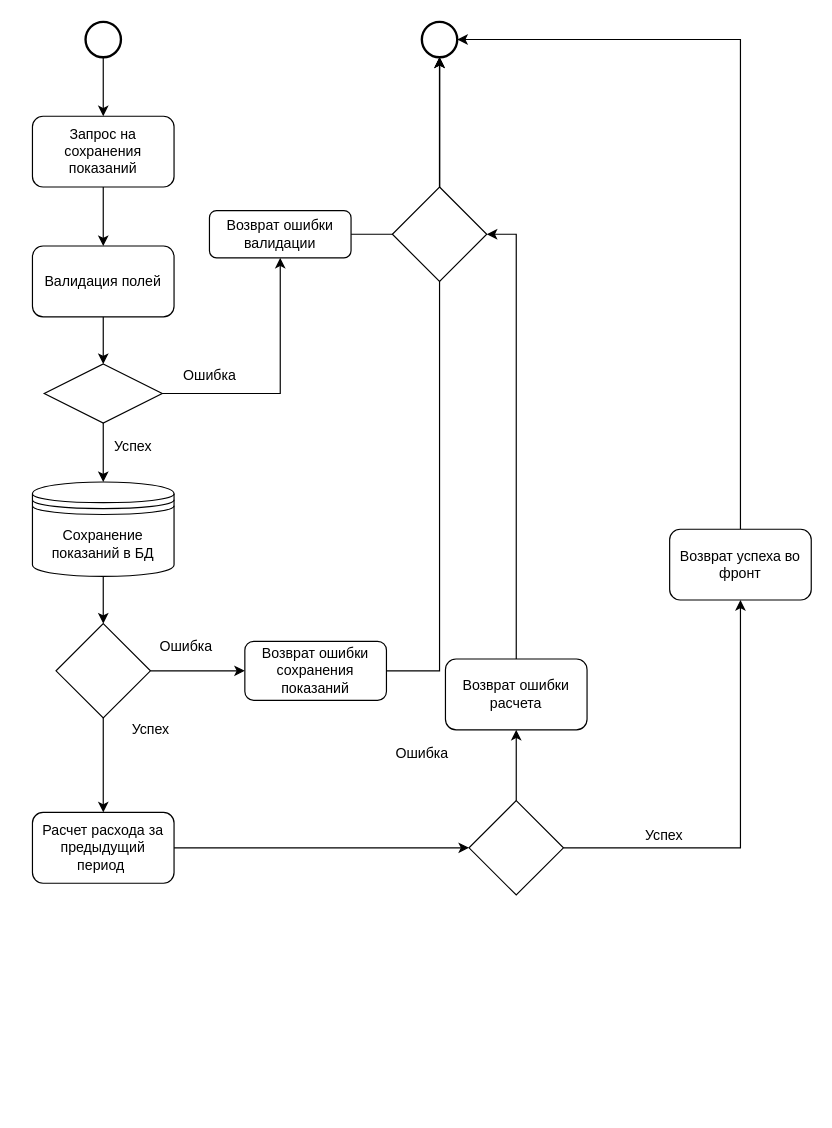
Earlier version of the draw.io diagram Documents/Запрос на сохранения показаний.drawio (UncleStepa/housing-calculator). Source tidied: cells renumbered, new cells numbered last; positions are measured from the earlier drawing's top-left corner, leaving out a move shared by most shapes. Both pictures are drawn from the tidied source at 118%, with x=0, y=0 at pixel (32, 21).
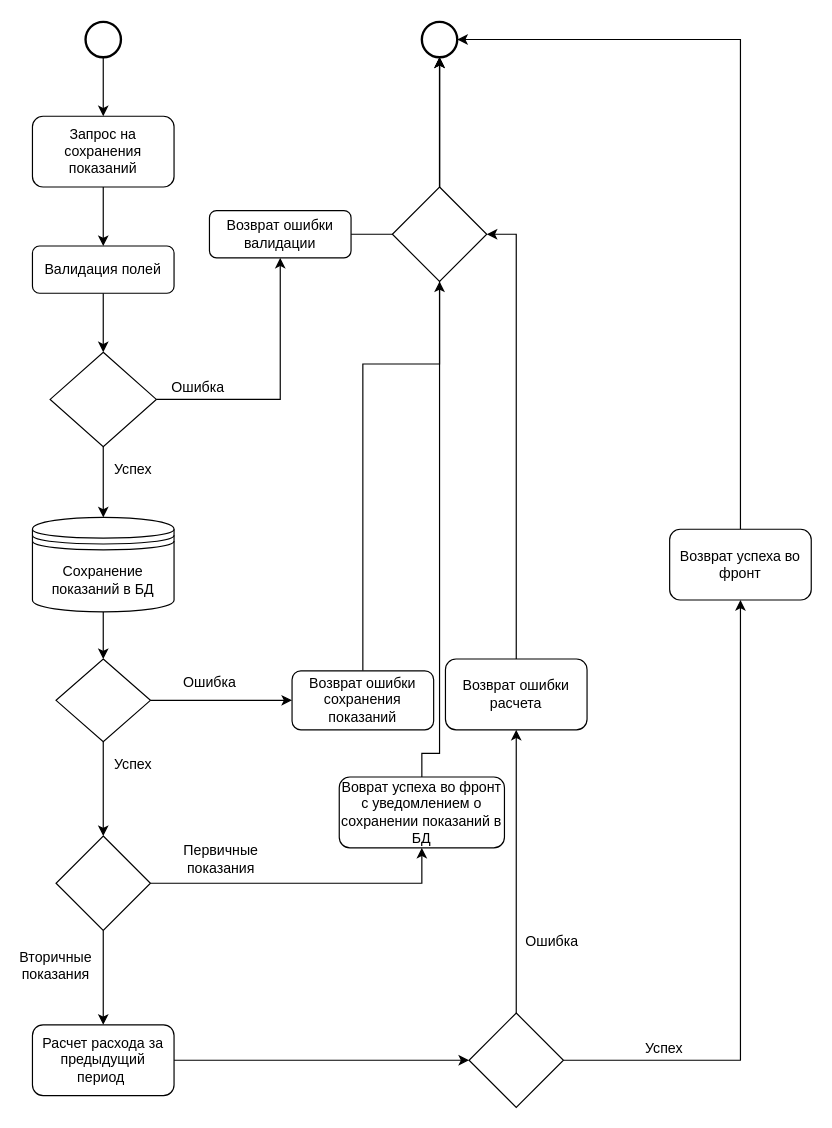
After the change.

Commit message (it also covers changes not shown here):
Изменена схема UC1, добавлено описание полей ответа UC2, исправлены орфографические ошибки, добавлены формулы, скорректировано форматирование документа.

Unchanged cells that the change refers to:
```xml
<mxCell id="34" style="rhombus;whiteSpace=wrap;html=1;" parent="1" vertex="1">
  <mxGeometry x="305" y="140" width="80" height="80" as="geometry" />
</mxCell>
```

What changed in the source:
```diff
@@
-    <mxCell id="5" style="edgeStyle=orthogonalEdgeStyle;rounded=0;jettySize=auto;html=1;" parent="1" edge="1" source="6">
-      <mxGeometry relative="1" as="geometry">
-        <mxPoint x="60" y="390" as="targetPoint" />
-      </mxGeometry>
-    </mxCell>
+    <mxCell id="38" style="edgeStyle=orthogonalEdgeStyle;rounded=0;jettySize=auto;html=1;exitX=0.5;exitY=1;exitDx=0;exitDy=0;entryX=0.5;entryY=0;entryDx=0;entryDy=0;" parent="1" edge="1" source="6">
+      <mxGeometry relative="1" as="geometry">
+        <mxPoint x="60" y="420" as="targetPoint" />
+      </mxGeometry>
+    </mxCell>
     <mxCell id="6" style="rhombus;whiteSpace=wrap;html=1;shadow=0;fontFamily=Helvetica;fontSize=12;align=center;strokeWidth=1;spacing=6;spacingTop=-4;" parent="1" vertex="1">
-      <mxGeometry x="10" y="290" width="100" height="50" as="geometry" />
+      <mxGeometry x="15" y="280" width="90" height="80" as="geometry" />
     </mxCell>
@@
-    <mxCell id="9" style="edgeStyle=orthogonalEdgeStyle;rounded=0;jettySize=auto;html=1;" parent="1" edge="1" source="10" target="6">
-      <mxGeometry relative="1" as="geometry" />
-    </mxCell>
+    <mxCell id="39" style="edgeStyle=orthogonalEdgeStyle;rounded=0;jettySize=auto;html=1;entryX=0.5;entryY=0;entryDx=0;entryDy=0;" parent="1" edge="1" source="10">
+      <mxGeometry relative="1" as="geometry">
+        <mxPoint x="60" y="280" as="targetPoint" />
+      </mxGeometry>
+    </mxCell>
     <mxCell id="10" value="Валидация полей" style="rounded=1;whiteSpace=wrap;html=1;" parent="1" vertex="1">
-      <mxGeometry y="190" width="120" height="60" as="geometry" />
+      <mxGeometry y="190" width="120" height="40" as="geometry" />
     </mxCell>
     <mxCell id="11" value="Успех" style="text;html=1;align=center;verticalAlign=middle;" parent="1" vertex="1">
-      <mxGeometry x="60" y="350" width="50" height="20" as="geometry" />
+      <mxGeometry x="60" y="370" width="50" height="20" as="geometry" />
     </mxCell>
     <mxCell id="12" value="Ошибка" style="text;html=1;align=center;verticalAlign=middle;" parent="1" vertex="1">
-      <mxGeometry x="120" y="290" width="60" height="20" as="geometry" />
+      <mxGeometry x="110" y="300" width="60" height="20" as="geometry" />
     </mxCell>
@@
-    <mxCell id="16" style="edgeStyle=orthogonalEdgeStyle;rounded=0;jettySize=auto;html=1;" parent="1" edge="1" source="17" target="20">
+    <mxCell id="16" style="edgeStyle=orthogonalEdgeStyle;rounded=0;jettySize=auto;html=1;entryX=0.5;entryY=0;entryDx=0;entryDy=0;" parent="1" edge="1" source="17" target="20">
       <mxGeometry relative="1" as="geometry" />
     </mxCell>
     <mxCell id="17" value="&lt;span&gt;Сохранение показаний в БД&lt;/span&gt;" style="shape=datastore;whiteSpace=wrap;html=1;" parent="1" vertex="1">
-      <mxGeometry y="390" width="120" height="80" as="geometry" />
+      <mxGeometry y="420" width="120" height="80" as="geometry" />
     </mxCell>
@@
-    <mxCell id="19" style="edgeStyle=orthogonalEdgeStyle;rounded=0;jettySize=auto;html=1;" parent="1" edge="1" source="20">
-      <mxGeometry relative="1" as="geometry">
-        <mxPoint x="60" y="670" as="targetPoint" />
-      </mxGeometry>
-    </mxCell>
+    <mxCell id="40" style="edgeStyle=orthogonalEdgeStyle;rounded=0;jettySize=auto;html=1;exitX=0.5;exitY=1;exitDx=0;exitDy=0;entryX=0.5;entryY=0;entryDx=0;entryDy=0;" parent="1" edge="1" source="20" target="43">
+      <mxGeometry relative="1" as="geometry" />
+    </mxCell>
     <mxCell id="20" style="rhombus;whiteSpace=wrap;html=1;" parent="1" vertex="1">
-      <mxGeometry x="20" y="510" width="80" height="80" as="geometry" />
+      <mxGeometry x="20" y="540" width="80" height="70" as="geometry" />
     </mxCell>
     <mxCell id="21" value="Ошибка" style="text;html=1;align=center;verticalAlign=middle;" parent="1" vertex="1">
-      <mxGeometry x="100" y="520" width="60" height="20" as="geometry" />
+      <mxGeometry x="120" y="550" width="60" height="20" as="geometry" />
     </mxCell>
     <mxCell id="22" value="Успех" style="text;html=1;align=center;verticalAlign=middle;" parent="1" vertex="1">
-      <mxGeometry x="75" y="590" width="50" height="20" as="geometry" />
+      <mxGeometry x="60" y="620" width="50" height="20" as="geometry" />
     </mxCell>
@@
     <mxCell id="24" value="Возврат ошибки сохранения показаний" style="rounded=1;whiteSpace=wrap;html=1;" parent="1" vertex="1">
-      <mxGeometry x="180" y="525" width="120" height="50" as="geometry" />
+      <mxGeometry x="220" y="550" width="120" height="50" as="geometry" />
     </mxCell>
@@
     <mxCell id="26" value="Расчет расхода за предыдущий период&amp;nbsp;" style="rounded=1;whiteSpace=wrap;html=1;" parent="1" vertex="1">
-      <mxGeometry y="670" width="120" height="60" as="geometry" />
+      <mxGeometry y="850" width="120" height="60" as="geometry" />
     </mxCell>
@@
     <mxCell id="29" style="rhombus;whiteSpace=wrap;html=1;" parent="1" vertex="1">
-      <mxGeometry x="370" y="660" width="80" height="80" as="geometry" />
+      <mxGeometry x="370" y="840" width="80" height="80" as="geometry" />
     </mxCell>
     <mxCell id="30" value="Успех" style="text;html=1;align=center;verticalAlign=middle;" parent="1" vertex="1">
-      <mxGeometry x="510" y="680" width="50" height="20" as="geometry" />
+      <mxGeometry x="510" y="860" width="50" height="20" as="geometry" />
     </mxCell>
     <mxCell id="31" value="Ошибка" style="text;html=1;align=center;verticalAlign=middle;" parent="1" vertex="1">
-      <mxGeometry x="300" y="610" width="60" height="20" as="geometry" />
+      <mxGeometry x="410" y="770" width="60" height="20" as="geometry" />
     </mxCell>
@@
+    <mxCell id="41" style="edgeStyle=orthogonalEdgeStyle;rounded=0;jettySize=auto;html=1;entryX=0.5;entryY=0;entryDx=0;entryDy=0;" parent="1" edge="1" source="43" target="26">
+      <mxGeometry relative="1" as="geometry" />
+    </mxCell>
+    <mxCell id="42" style="edgeStyle=orthogonalEdgeStyle;rounded=0;jettySize=auto;html=1;exitX=1;exitY=0.5;exitDx=0;exitDy=0;entryX=0.5;entryY=1;entryDx=0;entryDy=0;" parent="1" edge="1" source="43" target="47">
+      <mxGeometry relative="1" as="geometry" />
+    </mxCell>
+    <mxCell id="43" style="rhombus;whiteSpace=wrap;html=1;" parent="1" vertex="1">
+      <mxGeometry x="20" y="690" width="80" height="80" as="geometry" />
+    </mxCell>
+    <mxCell id="44" value="Первичные показания" style="text;html=1;strokeColor=none;fillColor=none;align=center;verticalAlign=middle;whiteSpace=wrap;rounded=0;" parent="1" vertex="1">
+      <mxGeometry x="140" y="700" width="40" height="20" as="geometry" />
+    </mxCell>
+    <mxCell id="45" value="Вторичные показания" style="text;html=1;strokeColor=none;fillColor=none;align=center;verticalAlign=middle;whiteSpace=wrap;rounded=0;" parent="1" vertex="1">
+      <mxGeometry y="790" width="40" height="20" as="geometry" />
+    </mxCell>
+    <mxCell id="46" style="edgeStyle=orthogonalEdgeStyle;rounded=0;jettySize=auto;html=1;entryX=0.5;entryY=1;entryDx=0;entryDy=0;" parent="1" edge="1" source="47" target="34">
+      <mxGeometry relative="1" as="geometry">
+        <Array as="points">
+          <mxPoint x="330" y="620" />
+          <mxPoint x="345" y="620" />
+        </Array>
+      </mxGeometry>
+    </mxCell>
+    <mxCell id="47" value="Воврат успеха во фронт с уведомлением о сохранении показаний в БД" style="rounded=1;whiteSpace=wrap;html=1;" parent="1" vertex="1">
+      <mxGeometry x="260" y="640" width="140" height="60" as="geometry" />
+    </mxCell>
```
